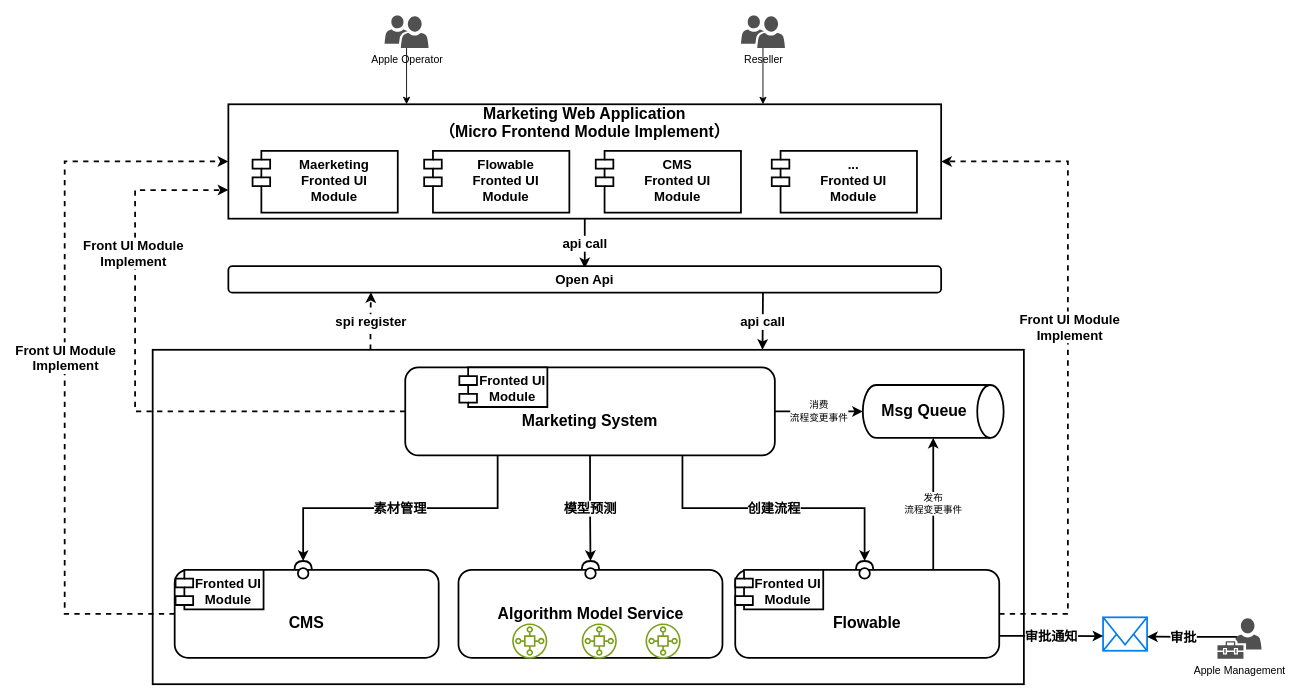
Earlier version of the draw.io diagram page "mkt architecture" (14 of 19) of Enterprise-Architecture.drawio (jackie-thank/beego-authz). Source tidied: cells renumbered, new cells numbered last; positions are measured from the earlier drawing's top-left corner, leaving out a move shared by most shapes. Both pictures are drawn from the tidied source at 88%, with x=0, y=0 at pixel (64, 15).
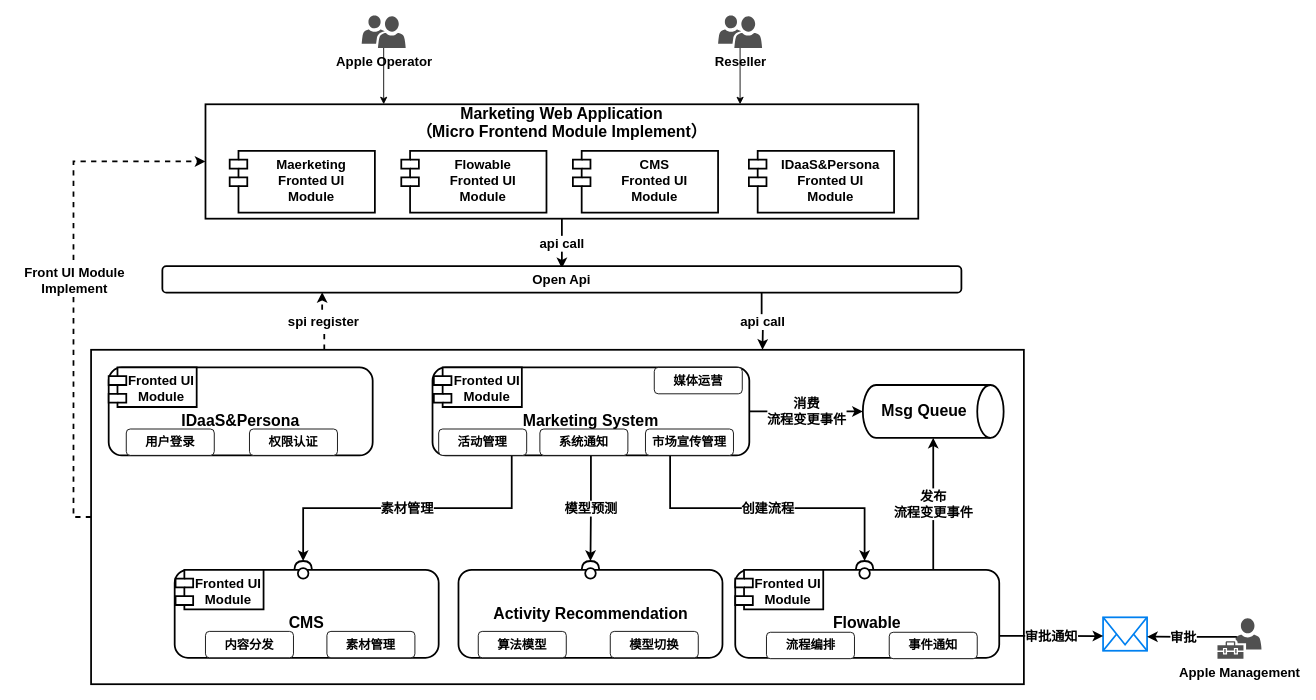
After the change.

Unchanged cells that the change refers to:
```xml
<mxCell id="8" value="&lt;div&gt;&lt;br&gt;&lt;/div&gt;&lt;div&gt;Flowable&lt;/div&gt;" style="rounded=1;whiteSpace=wrap;html=1;strokeWidth=2;fontSize=18;fontStyle=1;" parent="1" vertex="1">
  <mxGeometry x="762" y="630" width="300" height="100" as="geometry" />
</mxCell>
<mxCell id="24" value="&lt;div&gt;&lt;br&gt;&lt;/div&gt;&lt;div&gt;CMS&lt;/div&gt;" style="rounded=1;whiteSpace=wrap;html=1;strokeWidth=2;fontSize=18;fontStyle=1;" parent="1" vertex="1">
  <mxGeometry x="125" y="630" width="300" height="100" as="geometry" />
</mxCell>
<mxCell id="41" style="shape=cylinder3;whiteSpace=wrap;html=1;boundedLbl=1;backgroundOutline=1;size=15;rotation=90;strokeWidth=2;fontSize=18;fontStyle=1;" parent="1" vertex="1">
  <mxGeometry x="957" y="370" width="60" height="160" as="geometry" />
</mxCell>
```

What changed in the source:
```diff
@@
     <mxCell id="3" value="&lt;div&gt;Marketing Web Application&lt;/div&gt;&lt;div&gt;（Micro Frontend Module Implement）&lt;/div&gt;&lt;div&gt;&lt;br&gt;&lt;/div&gt;&lt;div&gt;&lt;br&gt;&lt;/div&gt;&lt;div&gt;&lt;br&gt;&lt;/div&gt;&lt;div&gt;&lt;br&gt;&lt;/div&gt;" style="rounded=0;whiteSpace=wrap;html=1;strokeWidth=2;fontSize=18;fontStyle=1;" parent="1" vertex="1">
-      <mxGeometry x="186" y="101" width="810" height="130" as="geometry" />
+      <mxGeometry x="160" y="101" width="810" height="130" as="geometry" />
     </mxCell>
     <mxCell id="4" style="rounded=0;whiteSpace=wrap;html=1;strokeWidth=2;" parent="1" vertex="1">
-      <mxGeometry x="100" y="380" width="990" height="380" as="geometry" />
+      <mxGeometry x="30" y="380" width="1060" height="380" as="geometry" />
     </mxCell>
-    <mxCell id="5" style="rounded=0;jettySize=auto;html=1;entryX=1;entryY=0.5;entryDx=0;entryDy=0;exitX=1;exitY=0.5;exitDx=0;exitDy=0;strokeWidth=2;dashed=1;edgeStyle=orthogonalEdgeStyle;" parent="1" edge="1" source="8" target="3">
-      <mxGeometry relative="1" as="geometry">
-        <Array as="points">
-          <mxPoint x="1140" y="680" />
-          <mxPoint x="1140" y="166" />
-        </Array>
-      </mxGeometry>
-    </mxCell>
-    <mxCell id="6" value="&lt;div style=&quot;font-size: 15px;&quot;&gt;Front UI Module&lt;/div&gt;&lt;div style=&quot;font-size: 15px;&quot;&gt;Implement&lt;/div&gt;" style="edgeLabel;html=1;align=center;verticalAlign=middle;fontSize=15;fontStyle=1;" parent="5" vertex="1">
-      <mxGeometry x="0.1" y="-1" relative="1" as="geometry" />
-    </mxCell>
-    <mxCell id="7" value="&lt;div&gt;发布&lt;/div&gt;&lt;div&gt;流程变更事件&lt;/div&gt;" style="edgeStyle=orthogonalEdgeStyle;rounded=0;jettySize=auto;html=1;exitX=0.75;exitY=0;exitDx=0;exitDy=0;strokeWidth=2;" parent="1" edge="1" source="8" target="41">
+    <mxCell id="7" value="&lt;div&gt;发布&lt;/div&gt;&lt;div&gt;流程变更事件&lt;/div&gt;" style="edgeStyle=orthogonalEdgeStyle;rounded=0;jettySize=auto;html=1;exitX=0.75;exitY=0;exitDx=0;exitDy=0;strokeWidth=2;fontSize=15;fontStyle=1;" parent="1" edge="1" source="8" target="41">
       <mxGeometry relative="1" as="geometry" />
     </mxCell>
@@
-    <mxCell id="9" style="edgeStyle=orthogonalEdgeStyle;rounded=0;jettySize=auto;html=1;exitX=0;exitY=0.5;exitDx=0;exitDy=0;entryX=0;entryY=0.75;entryDx=0;entryDy=0;dashed=1;strokeWidth=2;" parent="1" edge="1" source="11" target="3">
-      <mxGeometry relative="1" as="geometry">
-        <Array as="points">
-          <mxPoint x="80" y="450" />
-          <mxPoint x="80" y="199" />
-        </Array>
-      </mxGeometry>
-    </mxCell>
-    <mxCell id="10" value="&lt;div&gt;Front UI Module&lt;/div&gt;&lt;div&gt;Implement&lt;/div&gt;" style="edgeLabel;html=1;align=center;verticalAlign=middle;fontSize=15;fontStyle=1;" parent="9" vertex="1">
-      <mxGeometry x="0.47" y="3" relative="1" as="geometry" />
-    </mxCell>
     <mxCell id="11" value="&lt;div&gt;&lt;br&gt;&lt;/div&gt;&lt;div&gt;&lt;br&gt;&lt;/div&gt;&lt;div&gt;Marketing System &lt;br&gt;&lt;/div&gt;&lt;div&gt;&lt;br&gt;&lt;/div&gt;" style="rounded=1;whiteSpace=wrap;html=1;strokeWidth=2;fontSize=18;fontStyle=1;" parent="1" vertex="1">
-      <mxGeometry x="387" y="400" width="420" height="100" as="geometry" />
+      <mxGeometry x="418" y="400" width="360" height="100" as="geometry" />
     </mxCell>
@@
     <mxCell id="13" value="&lt;div&gt;Flowable&lt;/div&gt;&lt;div&gt;Fronted UI&lt;/div&gt;&lt;div&gt;Module&lt;/div&gt;" style="shape=module;align=left;spacingLeft=20;align=center;verticalAlign=top;whiteSpace=wrap;html=1;fontSize=15;fontStyle=1;strokeWidth=2;" parent="1" vertex="1">
-      <mxGeometry x="408.5" y="154" width="165" height="70" as="geometry" />
+      <mxGeometry x="382.5" y="154" width="165" height="70" as="geometry" />
     </mxCell>
     <mxCell id="14" value="&lt;div style=&quot;font-size: 15px;&quot;&gt;CMS&lt;/div&gt;&lt;div style=&quot;font-size: 15px;&quot;&gt;Fronted UI&lt;br style=&quot;font-size: 15px;&quot;&gt;&lt;/div&gt;&lt;div style=&quot;font-size: 15px;&quot;&gt;Module&lt;/div&gt;" style="shape=module;align=left;spacingLeft=20;align=center;verticalAlign=top;whiteSpace=wrap;html=1;fontSize=15;fontStyle=1;strokeWidth=2;" parent="1" vertex="1">
-      <mxGeometry x="603.5" y="154" width="165" height="70" as="geometry" />
+      <mxGeometry x="577.5" y="154" width="165" height="70" as="geometry" />
     </mxCell>
-    <mxCell id="15" value="&lt;div style=&quot;font-size: 15px;&quot;&gt;...&lt;/div&gt;&lt;div style=&quot;font-size: 15px;&quot;&gt;Fronted UI&lt;br style=&quot;font-size: 15px;&quot;&gt;&lt;/div&gt;&lt;div style=&quot;font-size: 15px;&quot;&gt;Module&lt;/div&gt;" style="shape=module;align=left;spacingLeft=20;align=center;verticalAlign=top;whiteSpace=wrap;html=1;fontSize=15;fontStyle=1;strokeWidth=2;" parent="1" vertex="1">
-      <mxGeometry x="803.5" y="154" width="165" height="70" as="geometry" />
+    <mxCell id="15" value="&lt;div style=&quot;font-size: 15px;&quot;&gt;IDaaS&amp;amp;Persona&lt;/div&gt;&lt;div style=&quot;font-size: 15px;&quot;&gt;Fronted UI&lt;br style=&quot;font-size: 15px;&quot;&gt;&lt;/div&gt;&lt;div style=&quot;font-size: 15px;&quot;&gt;Module&lt;/div&gt;" style="shape=module;align=left;spacingLeft=20;align=center;verticalAlign=top;whiteSpace=wrap;html=1;fontSize=15;fontStyle=1;strokeWidth=2;" parent="1" vertex="1">
+      <mxGeometry x="777.5" y="154" width="165" height="70" as="geometry" />
     </mxCell>
     <mxCell id="16" value="&lt;div&gt;Maerketing&lt;/div&gt;&lt;div&gt;Fronted UI&lt;/div&gt;&lt;div&gt;Module&lt;/div&gt;" style="shape=module;align=left;spacingLeft=20;align=center;verticalAlign=top;whiteSpace=wrap;html=1;fontSize=15;fontStyle=1;strokeWidth=2;" parent="1" vertex="1">
-      <mxGeometry x="213.5" y="154" width="165" height="70" as="geometry" />
+      <mxGeometry x="187.5" y="154" width="165" height="70" as="geometry" />
     </mxCell>
     <mxCell id="17" value="&lt;div style=&quot;font-size: 15px;&quot;&gt;Fronted UI&lt;br style=&quot;font-size: 15px;&quot;&gt;&lt;/div&gt;&lt;div style=&quot;font-size: 15px;&quot;&gt;Module&lt;/div&gt;" style="shape=module;align=left;spacingLeft=20;align=center;verticalAlign=top;whiteSpace=wrap;html=1;fontSize=15;fontStyle=1;strokeWidth=2;" parent="1" vertex="1">
-      <mxGeometry x="448.5" y="400" width="100" height="45" as="geometry" />
+      <mxGeometry x="419.5" y="400" width="100" height="45" as="geometry" />
     </mxCell>
@@
     <mxCell id="20" value="Open Api" style="rounded=1;whiteSpace=wrap;html=1;strokeWidth=2;fontSize=15;fontStyle=1;" parent="1" vertex="1">
-      <mxGeometry x="186" y="285" width="810" height="30" as="geometry" />
+      <mxGeometry x="111" y="285" width="908" height="30" as="geometry" />
     </mxCell>
@@
-    <mxCell id="22" style="rounded=0;jettySize=auto;html=1;exitX=0;exitY=0.5;exitDx=0;exitDy=0;entryX=0;entryY=0.5;entryDx=0;entryDy=0;strokeWidth=2;dashed=1;edgeStyle=orthogonalEdgeStyle;" parent="1" edge="1" source="24" target="3">
-      <mxGeometry relative="1" as="geometry">
-        <Array as="points">
-          <mxPoint y="680" />
-          <mxPoint y="166" />
-        </Array>
-      </mxGeometry>
+    <mxCell id="22" style="rounded=0;jettySize=auto;html=1;exitX=0;exitY=0.5;exitDx=0;exitDy=0;entryX=0;entryY=0.5;entryDx=0;entryDy=0;strokeWidth=2;dashed=1;edgeStyle=orthogonalEdgeStyle;" parent="1" edge="1" source="4" target="3">
+      <mxGeometry relative="1" as="geometry" />
     </mxCell>
@@
-    <mxCell id="26" value="&lt;div&gt;&lt;br&gt;&lt;/div&gt;&lt;div&gt;Algorithm Model Service&lt;/div&gt;&lt;div&gt;&lt;br&gt;&lt;/div&gt;" style="rounded=1;whiteSpace=wrap;html=1;strokeWidth=2;fontSize=18;fontStyle=1;" parent="1" vertex="1">
+    <mxCell id="26" value="&lt;div&gt;Activity Recommendation&lt;/div&gt;" style="rounded=1;whiteSpace=wrap;html=1;strokeWidth=2;fontSize=18;fontStyle=1;" parent="1" vertex="1">
       <mxGeometry x="447.5" y="630" width="300" height="100" as="geometry" />
     </mxCell>
@@
-    <mxCell id="33" value="Apple Management" style="sketch=0;shadow=0;dashed=0;html=1;strokeColor=none;labelPosition=center;verticalLabelPosition=bottom;verticalAlign=top;align=center;fillColor=#505050;shape=mxgraph.mscae.intune.user_management;" parent="1" vertex="1">
+    <mxCell id="33" value="Apple Management" style="sketch=0;shadow=0;dashed=0;html=1;strokeColor=none;labelPosition=center;verticalLabelPosition=bottom;verticalAlign=top;align=center;fillColor=#505050;shape=mxgraph.mscae.intune.user_management;fontSize=15;fontStyle=1;" parent="1" vertex="1">
       <mxGeometry x="1310" y="685" width="50" height="46" as="geometry" />
     </mxCell>
@@
-    <mxCell id="38" style="sketch=0;fontColor=#232F3E;gradientColor=none;fillColor=#7AA116;strokeColor=none;dashed=0;verticalLabelPosition=bottom;verticalAlign=top;align=center;html=1;fontSize=12;fontStyle=0;shape=mxgraph.aws4.iot_sitewise_asset_model;" parent="1" vertex="1">
-      <mxGeometry x="508.5" y="691" width="40" height="40" as="geometry" />
-    </mxCell>
-    <mxCell id="39" style="sketch=0;fontColor=#232F3E;gradientColor=none;fillColor=#7AA116;strokeColor=none;dashed=0;verticalLabelPosition=bottom;verticalAlign=top;align=center;html=1;fontSize=12;fontStyle=0;shape=mxgraph.aws4.iot_sitewise_asset_model;" parent="1" vertex="1">
-      <mxGeometry x="587.5" y="691" width="40" height="40" as="geometry" />
-    </mxCell>
-    <mxCell id="40" style="sketch=0;fontColor=#232F3E;gradientColor=none;fillColor=#7AA116;strokeColor=none;dashed=0;verticalLabelPosition=bottom;verticalAlign=top;align=center;html=1;fontSize=12;fontStyle=0;shape=mxgraph.aws4.iot_sitewise_asset_model;" parent="1" vertex="1">
-      <mxGeometry x="660" y="691" width="40" height="40" as="geometry" />
-    </mxCell>
@@
-    <mxCell id="43" value="&lt;div&gt;消费&lt;/div&gt;&lt;div&gt;流程变更事件&lt;/div&gt;" style="edgeStyle=orthogonalEdgeStyle;rounded=0;jettySize=auto;html=1;exitX=1;exitY=0.5;exitDx=0;exitDy=0;entryX=0.5;entryY=1;entryDx=0;entryDy=0;entryPerimeter=0;strokeWidth=2;" parent="1" edge="1" source="11" target="41">
+    <mxCell id="43" value="&lt;div&gt;消费&lt;/div&gt;&lt;div&gt;流程变更事件&lt;/div&gt;" style="edgeStyle=orthogonalEdgeStyle;rounded=0;jettySize=auto;html=1;exitX=1;exitY=0.5;exitDx=0;exitDy=0;entryX=0.5;entryY=1;entryDx=0;entryDy=0;entryPerimeter=0;strokeWidth=2;fontSize=15;fontStyle=1;" parent="1" edge="1" source="11" target="41">
       <mxGeometry relative="1" as="geometry" />
     </mxCell>
@@
-    <mxCell id="45" value="Reseller" style="sketch=0;shadow=0;dashed=0;html=1;strokeColor=none;labelPosition=center;verticalLabelPosition=bottom;verticalAlign=top;align=center;fillColor=#505050;shape=mxgraph.mscae.intune.user_group;" parent="1" vertex="1">
-      <mxGeometry x="768.5" width="50" height="37" as="geometry" />
+    <mxCell id="45" value="Reseller" style="sketch=0;shadow=0;dashed=0;html=1;strokeColor=none;labelPosition=center;verticalLabelPosition=bottom;verticalAlign=top;align=center;fillColor=#505050;shape=mxgraph.mscae.intune.user_group;fontSize=15;fontStyle=1;" parent="1" vertex="1">
+      <mxGeometry x="742.5" width="50" height="37" as="geometry" />
     </mxCell>
@@
-    <mxCell id="47" value="Apple Operator" style="sketch=0;shadow=0;dashed=0;html=1;strokeColor=none;labelPosition=center;verticalLabelPosition=bottom;verticalAlign=top;align=center;fillColor=#505050;shape=mxgraph.mscae.intune.user_group;" parent="1" vertex="1">
-      <mxGeometry x="363.5" width="50" height="37" as="geometry" />
+    <mxCell id="47" value="Apple Operator" style="sketch=0;shadow=0;dashed=0;html=1;strokeColor=none;labelPosition=center;verticalLabelPosition=bottom;verticalAlign=top;align=center;fillColor=#505050;shape=mxgraph.mscae.intune.user_group;fontSize=15;fontStyle=1;" parent="1" vertex="1">
+      <mxGeometry x="337.5" width="50" height="37" as="geometry" />
     </mxCell>
+    <mxCell id="48" value="&lt;div&gt;&lt;br&gt;&lt;/div&gt;&lt;div&gt;IDaaS&amp;amp;Persona&lt;/div&gt;" style="rounded=1;whiteSpace=wrap;html=1;strokeWidth=2;fontSize=18;fontStyle=1;" parent="1" vertex="1">
+      <mxGeometry x="50" y="400" width="300" height="100" as="geometry" />
+    </mxCell>
+    <mxCell id="49" value="&lt;div style=&quot;font-size: 15px;&quot;&gt;Fronted UI&lt;br style=&quot;font-size: 15px;&quot;&gt;&lt;/div&gt;&lt;div style=&quot;font-size: 15px;&quot;&gt;Module&lt;/div&gt;" style="shape=module;align=left;spacingLeft=20;align=center;verticalAlign=top;whiteSpace=wrap;html=1;fontSize=15;fontStyle=1;strokeWidth=2;" parent="1" vertex="1">
+      <mxGeometry x="50" y="400" width="100" height="45" as="geometry" />
+    </mxCell>
+    <mxCell id="50" value="活动管理" style="rounded=1;whiteSpace=wrap;html=1;fontStyle=1;fontSize=14;" parent="1" vertex="1">
+      <mxGeometry x="425" y="470" width="100" height="30" as="geometry" />
+    </mxCell>
+    <mxCell id="51" value="权限认证" style="rounded=1;whiteSpace=wrap;html=1;fontStyle=1;fontSize=14;" parent="1" vertex="1">
+      <mxGeometry x="210" y="470" width="100" height="30" as="geometry" />
+    </mxCell>
+    <mxCell id="52" value="用户登录" style="rounded=1;whiteSpace=wrap;html=1;fontStyle=1;fontSize=14;" parent="1" vertex="1">
+      <mxGeometry x="70" y="470" width="100" height="30" as="geometry" />
+    </mxCell>
+    <mxCell id="53" value="系统通知" style="rounded=1;whiteSpace=wrap;html=1;fontStyle=1;fontSize=14;" parent="1" vertex="1">
+      <mxGeometry x="540" y="470" width="100" height="30" as="geometry" />
+    </mxCell>
+    <mxCell id="54" value="市场宣传管理" style="rounded=1;whiteSpace=wrap;html=1;fontStyle=1;fontSize=14;" parent="1" vertex="1">
+      <mxGeometry x="660" y="470" width="100" height="30" as="geometry" />
+    </mxCell>
+    <mxCell id="55" value="媒体运营" style="rounded=1;whiteSpace=wrap;html=1;fontStyle=1;fontSize=14;" parent="1" vertex="1">
+      <mxGeometry x="670" y="400" width="100" height="30" as="geometry" />
+    </mxCell>
+    <mxCell id="56" value="事件通知" style="rounded=1;whiteSpace=wrap;html=1;fontStyle=1;fontSize=14;" parent="1" vertex="1">
+      <mxGeometry x="937" y="701" width="100" height="30" as="geometry" />
+    </mxCell>
+    <mxCell id="57" value="素材管理" style="rounded=1;whiteSpace=wrap;html=1;fontStyle=1;fontSize=14;" parent="1" vertex="1">
+      <mxGeometry x="298" y="700" width="100" height="30" as="geometry" />
+    </mxCell>
+    <mxCell id="58" value="流程编排" style="rounded=1;whiteSpace=wrap;html=1;fontStyle=1;fontSize=14;" parent="1" vertex="1">
+      <mxGeometry x="797.5" y="701" width="100" height="30" as="geometry" />
+    </mxCell>
+    <mxCell id="59" value="内容分发" style="rounded=1;whiteSpace=wrap;html=1;fontStyle=1;fontSize=14;" parent="1" vertex="1">
+      <mxGeometry x="160" y="700" width="100" height="30" as="geometry" />
+    </mxCell>
+    <mxCell id="60" value="算法模型" style="rounded=1;whiteSpace=wrap;html=1;fontStyle=1;fontSize=14;" parent="1" vertex="1">
+      <mxGeometry x="470" y="700" width="100" height="30" as="geometry" />
+    </mxCell>
+    <mxCell id="61" value="模型切换" style="rounded=1;whiteSpace=wrap;html=1;fontStyle=1;fontSize=14;" parent="1" vertex="1">
+      <mxGeometry x="620" y="700" width="100" height="30" as="geometry" />
+    </mxCell>
```
